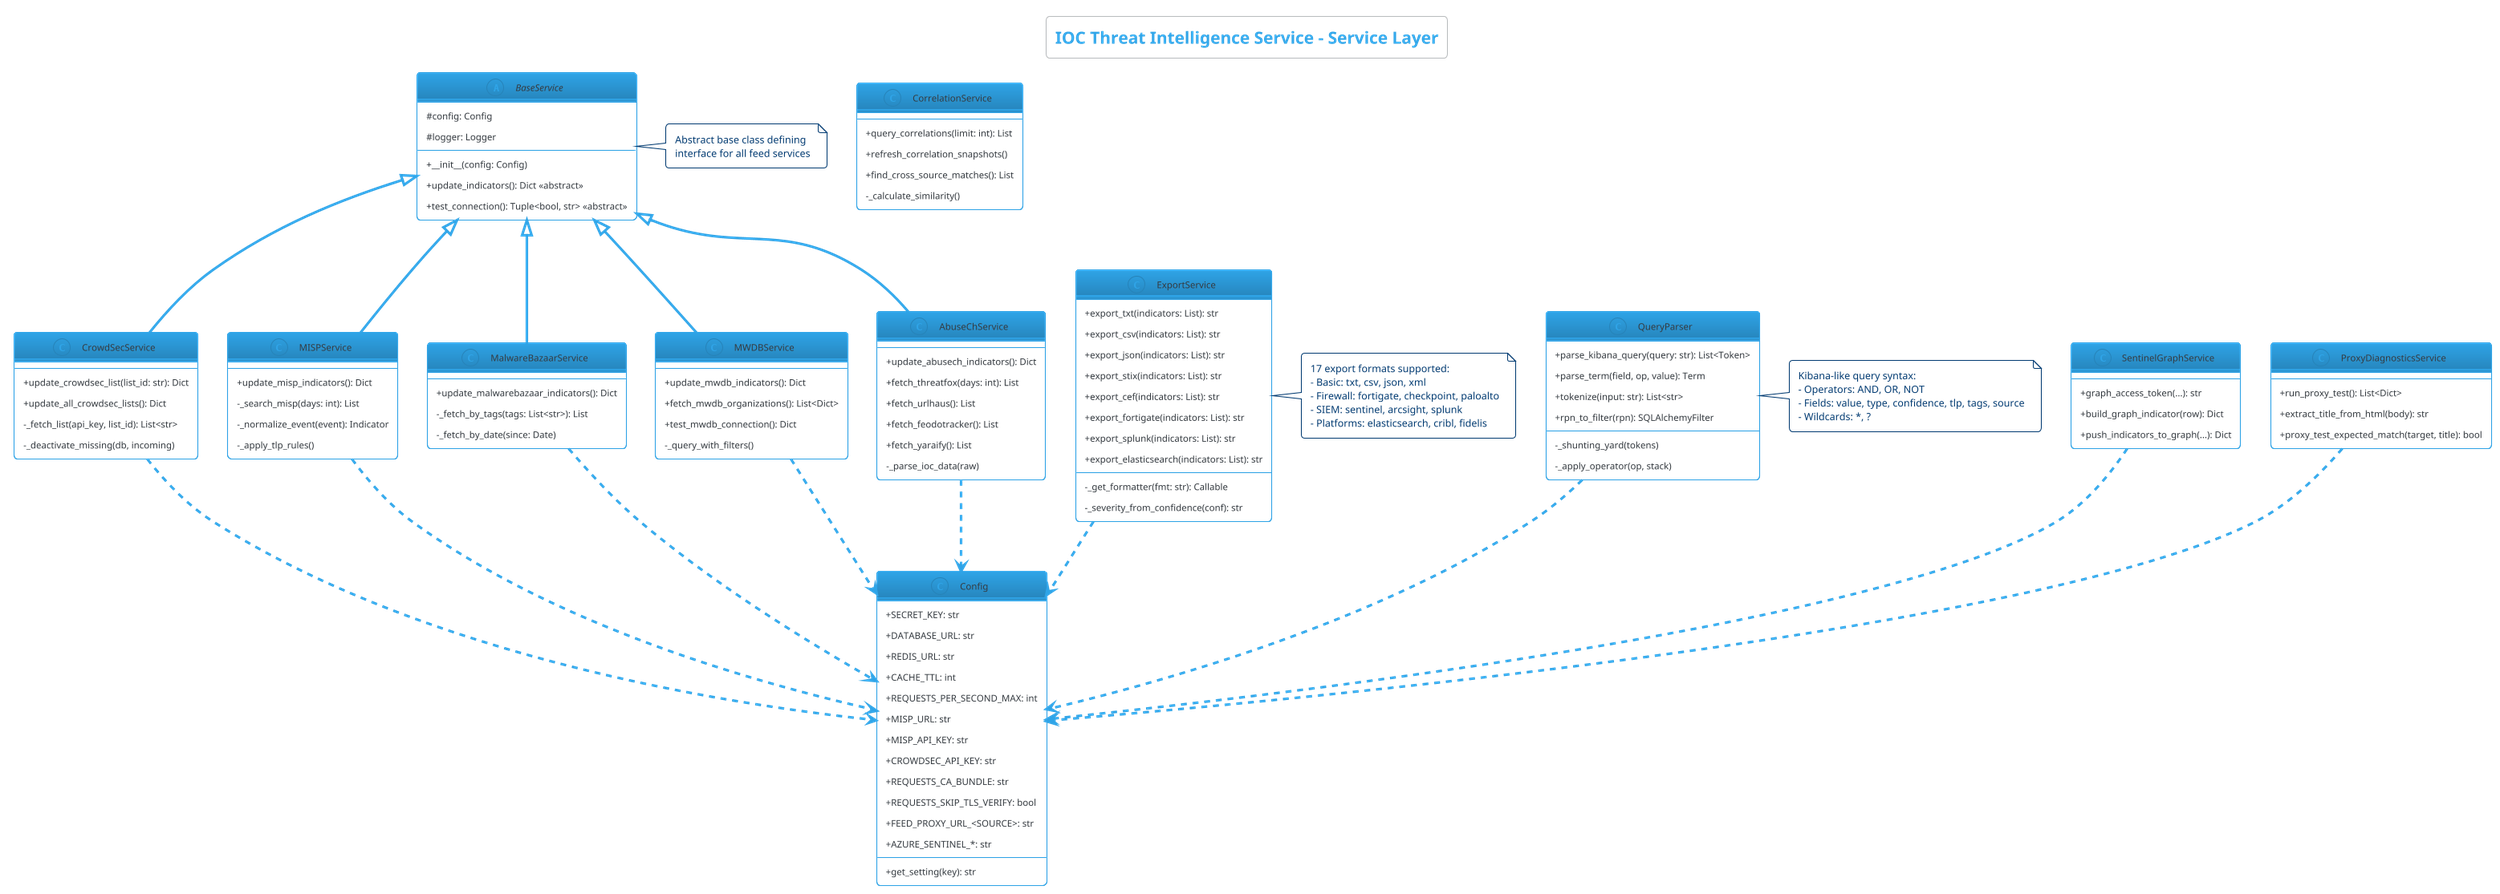
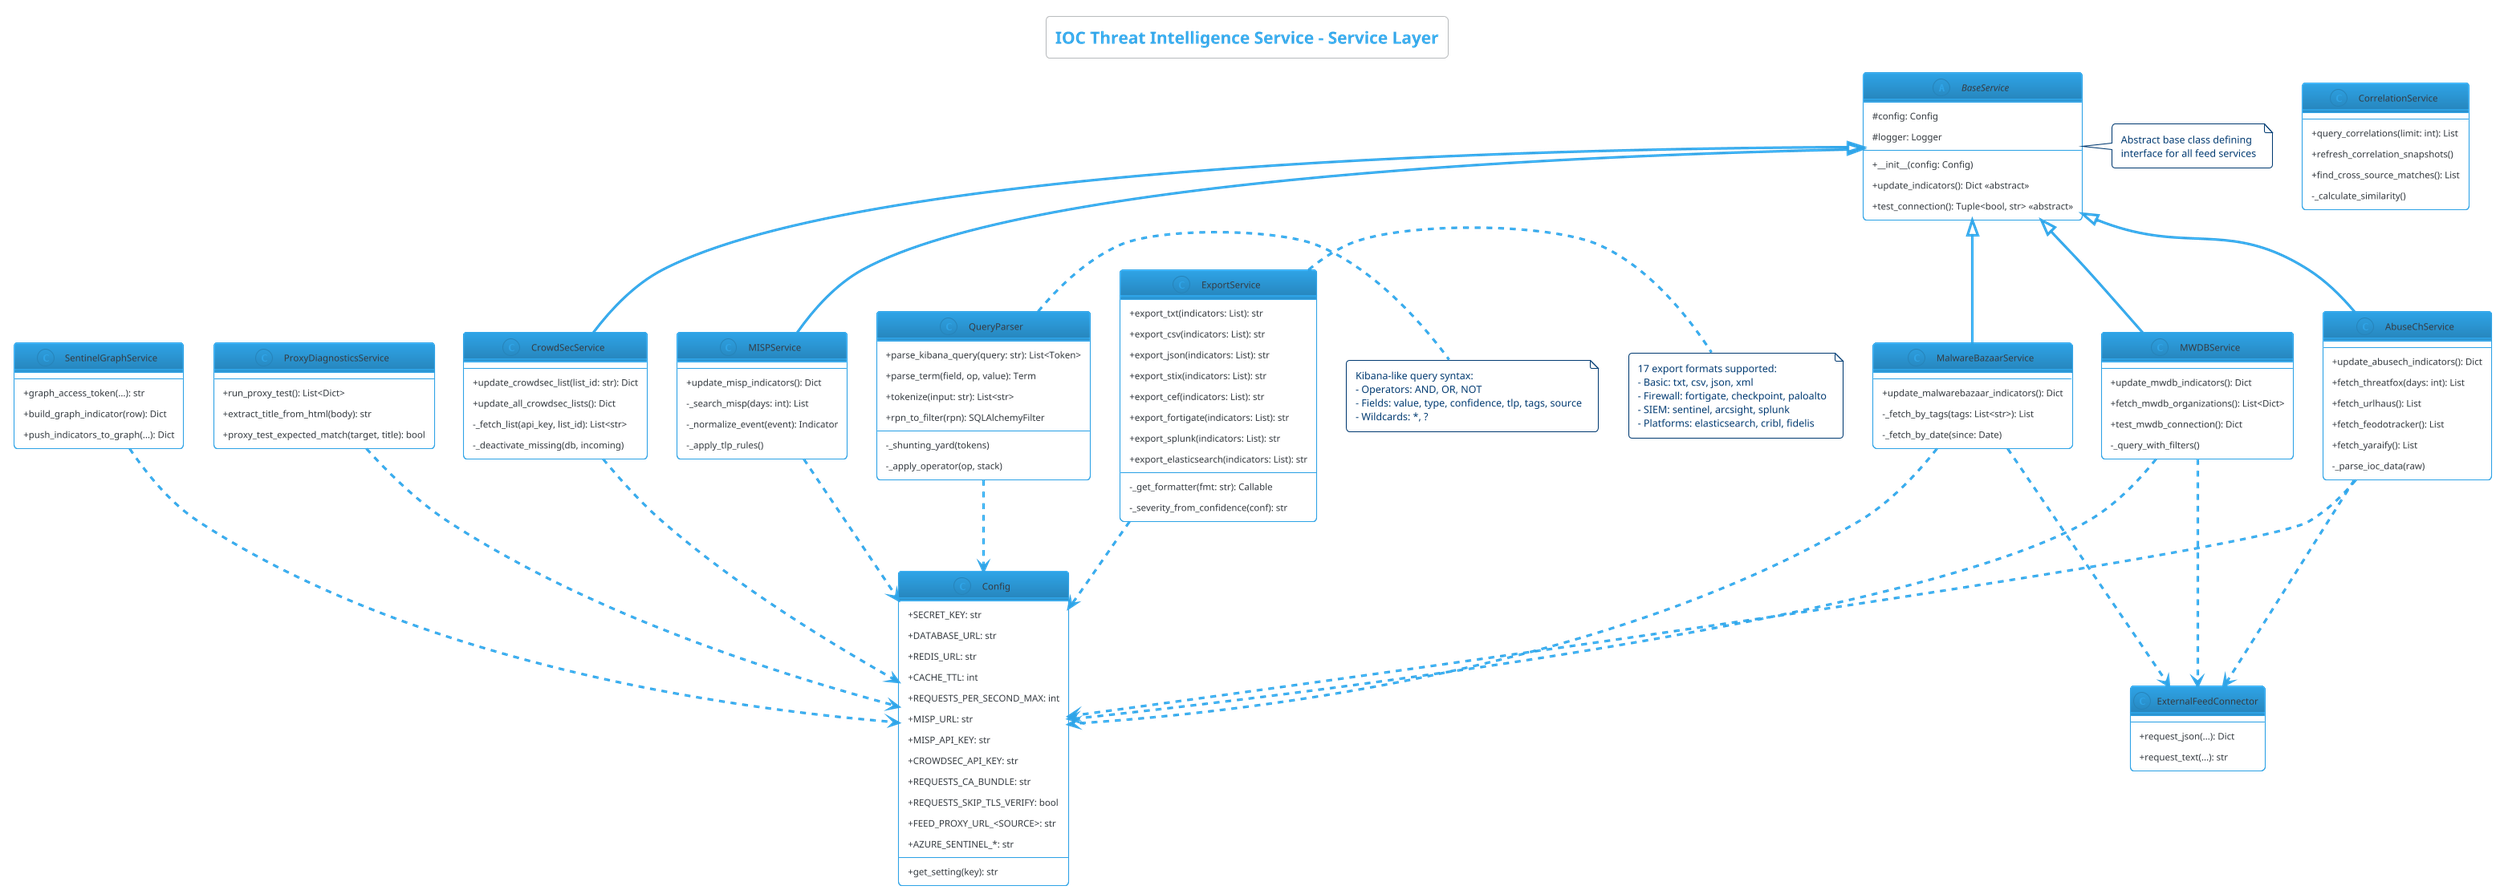
@startuml IOC_Service_Layer
!theme cerulean-outline
skinparam classAttributeIconSize 0

title IOC Threat Intelligence Service - Service Layer

abstract class BaseService {
    #config: Config
    #logger: Logger
    --
    +__init__(config: Config)
    +update_indicators(): Dict <<abstract>>
    +test_connection(): Tuple<bool, str> <<abstract>>
}

class CrowdSecService {
    +update_crowdsec_list(list_id: str): Dict
    +update_all_crowdsec_lists(): Dict
    -_fetch_list(api_key, list_id): List<str>
    -_deactivate_missing(db, incoming)
}

class MISPService {
    +update_misp_indicators(): Dict
    -_search_misp(days: int): List
    -_normalize_event(event): Indicator
    -_apply_tlp_rules()
}

class MalwareBazaarService {
    +update_malwarebazaar_indicators(): Dict
    -_fetch_by_tags(tags: List<str>): List
    -_fetch_by_date(since: Date)
}

class MWDBService {
    +update_mwdb_indicators(): Dict
    +fetch_mwdb_organizations(): List<Dict>
    +test_mwdb_connection(): Dict
    -_query_with_filters()
}

class AbuseChService {
    +update_abusech_indicators(): Dict
    +fetch_threatfox(days: int): List
    +fetch_urlhaus(): List
    +fetch_feodotracker(): List
    +fetch_yaraify(): List
    -_parse_ioc_data(raw)
}

class SentinelGraphService {
    +graph_access_token(...): str
    +build_graph_indicator(row): Dict
    +push_indicators_to_graph(...): Dict
}

class ProxyDiagnosticsService {
    +run_proxy_test(): List<Dict>
    +extract_title_from_html(body): str
    +proxy_test_expected_match(target, title): bool
+ }
+ 
+ class ExternalFeedConnector {
+     +request_json(...): Dict
+     +request_text(...): str
}

class CorrelationService {
    +query_correlations(limit: int): List
    +refresh_correlation_snapshots()
    +find_cross_source_matches(): List
    -_calculate_similarity()
}

class ExportService {
    +export_txt(indicators: List): str
    +export_csv(indicators: List): str
    +export_json(indicators: List): str
    +export_stix(indicators: List): str
    +export_cef(indicators: List): str
    +export_fortigate(indicators: List): str
    +export_splunk(indicators: List): str
    +export_elasticsearch(indicators: List): str
    --
    -_get_formatter(fmt: str): Callable
    -_severity_from_confidence(conf): str
}

class QueryParser {
    +parse_kibana_query(query: str): List<Token>
    +parse_term(field, op, value): Term
    +tokenize(input: str): List<str>
    +rpn_to_filter(rpn): SQLAlchemyFilter
    --
    -_shunting_yard(tokens)
    -_apply_operator(op, stack)
}

class Config {
    +SECRET_KEY: str
    +DATABASE_URL: str
    +REDIS_URL: str
    +CACHE_TTL: int
    +REQUESTS_PER_SECOND_MAX: int
    +MISP_URL: str
    +MISP_API_KEY: str
    +CROWDSEC_API_KEY: str
    +REQUESTS_CA_BUNDLE: str
    +REQUESTS_SKIP_TLS_VERIFY: bool
    +FEED_PROXY_URL_<SOURCE>: str
    +AZURE_SENTINEL_*: str
    --
    +get_setting(key): str
}

' Inheritance
BaseService <|-- CrowdSecService
BaseService <|-- MISPService
BaseService <|-- MalwareBazaarService
BaseService <|-- MWDBService
BaseService <|-- AbuseChService

' Dependencies
CrowdSecService ..> Config
MISPService ..> Config
MalwareBazaarService ..> Config
MWDBService ..> Config
AbuseChService ..> Config
SentinelGraphService ..> Config
ProxyDiagnosticsService ..> Config
ExportService ..> Config
QueryParser ..> Config
+ MWDBService ..> ExternalFeedConnector
+ AbuseChService ..> ExternalFeedConnector
+ MalwareBazaarService ..> ExternalFeedConnector

note right of BaseService
  Abstract base class defining
  interface for all feed services
end note

note right of ExportService
  17 export formats supported:
  - Basic: txt, csv, json, xml
  - Firewall: fortigate, checkpoint, paloalto
  - SIEM: sentinel, arcsight, splunk
  - Platforms: elasticsearch, cribl, fidelis
end note

note right of QueryParser
  Kibana-like query syntax:
  - Operators: AND, OR, NOT
  - Fields: value, type, confidence, tlp, tags, source
  - Wildcards: *, ?
end note

@enduml
